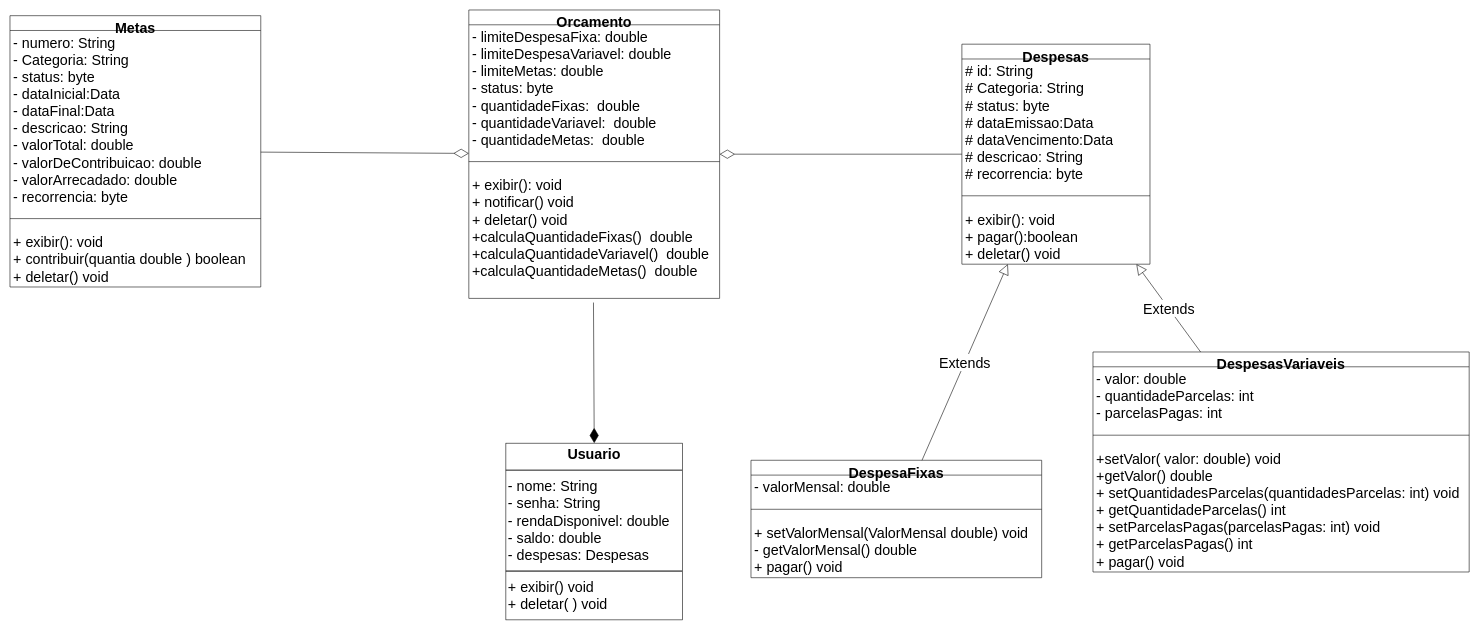
Above: Diagrama de classe Controle-Financeiro.drawio in josevictoraraujorojas/Controle-Financeiro (draw.io), before the change. Source tidied: cells renumbered, new cells numbered last; positions are measured from the earlier drawing's top-left corner, leaving out a move shared by most shapes. Both pictures are drawn from the tidied source at 57%, with x=0, y=0 at pixel (10, 10).
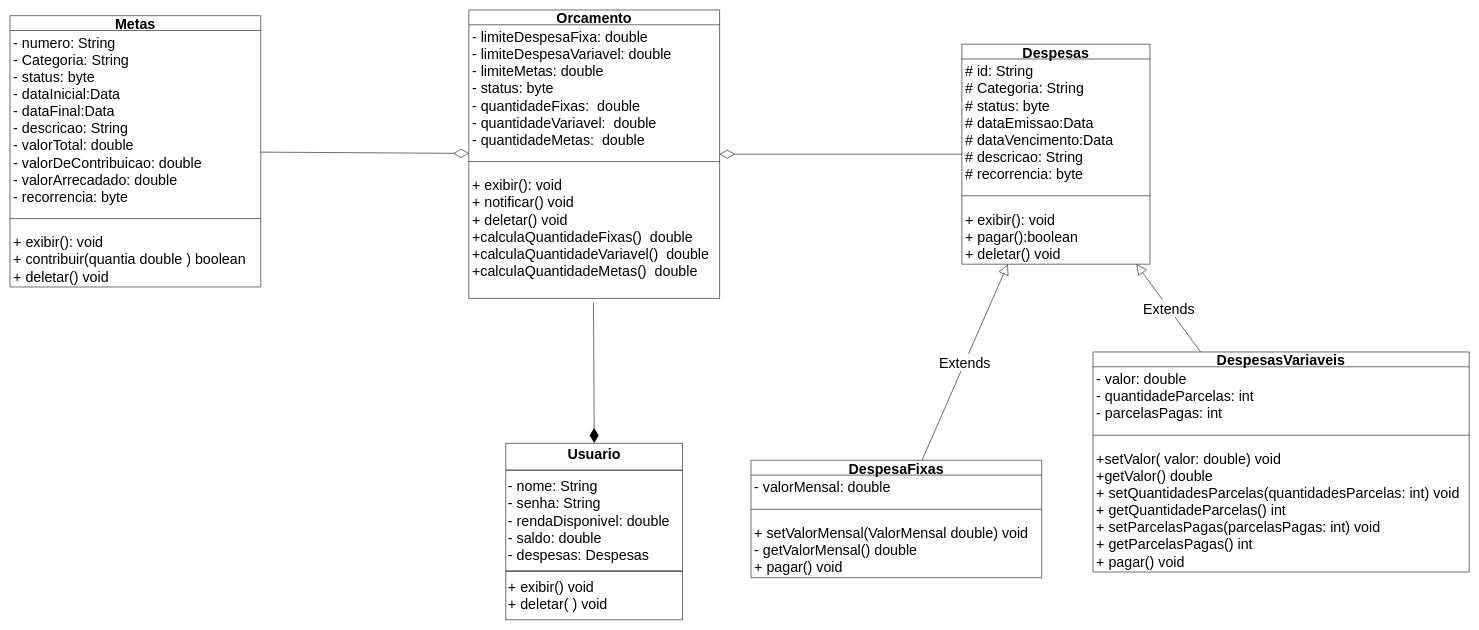
After the change.

Diff of the diagram source:
```diff
@@
-    <mxCell id="3" value="Despesas" style="swimlane;fontStyle=1;align=center;verticalAlign=top;horizontal=1;startSize=26;whiteSpace=wrap;html=1;fontSize=25;" parent="1" vertex="1">
+    <mxCell id="3" value="Despesas" style="swimlane;fontStyle=1;align=center;verticalAlign=top;horizontal=1;startSize=26;whiteSpace=wrap;html=1;fontSize=25;spacingTop=-7;" parent="1" vertex="1">
       <mxGeometry x="1670" y="60" width="330" height="386" as="geometry" />
     </mxCell>
@@
-    <mxCell id="7" value="DespesasVariaveis" style="swimlane;fontStyle=1;align=center;verticalAlign=top;horizontal=1;startSize=26;whiteSpace=wrap;html=1;fontSize=25;" parent="1" vertex="1">
+    <mxCell id="7" value="DespesasVariaveis" style="swimlane;fontStyle=1;align=center;verticalAlign=top;horizontal=1;startSize=26;whiteSpace=wrap;html=1;fontSize=25;spacingTop=-7;" parent="1" vertex="1">
       <mxGeometry x="1900" y="600" width="660" height="386" as="geometry" />
     </mxCell>
@@
-    <mxCell id="11" value="DespesaFixas" style="swimlane;fontStyle=1;align=center;verticalAlign=top;horizontal=1;startSize=26;whiteSpace=wrap;html=1;fontSize=25;" parent="1" vertex="1">
+    <mxCell id="11" value="DespesaFixas" style="swimlane;fontStyle=1;align=center;verticalAlign=top;horizontal=1;startSize=26;whiteSpace=wrap;html=1;fontSize=25;spacingTop=-7;" parent="1" vertex="1">
       <mxGeometry x="1300" y="790" width="510" height="206" as="geometry" />
     </mxCell>
@@
-    <mxCell id="15" value="Metas" style="swimlane;fontStyle=1;align=center;verticalAlign=top;horizontal=1;startSize=26;whiteSpace=wrap;html=1;fontSize=25;" parent="1" vertex="1">
+    <mxCell id="15" value="Metas" style="swimlane;fontStyle=1;align=center;verticalAlign=top;horizontal=1;startSize=26;whiteSpace=wrap;html=1;fontSize=25;spacingTop=-7;" parent="1" vertex="1">
       <mxGeometry y="10" width="440" height="476" as="geometry" />
     </mxCell>
@@
-    <mxCell id="19" value="Orcamento" style="swimlane;fontStyle=1;align=center;verticalAlign=top;horizontal=1;startSize=26;whiteSpace=wrap;html=1;fontSize=25;" parent="1" vertex="1">
+    <mxCell id="19" value="Orcamento" style="swimlane;fontStyle=1;align=center;verticalAlign=top;horizontal=1;startSize=26;whiteSpace=wrap;html=1;fontSize=25;spacingTop=-7;" parent="1" vertex="1">
       <mxGeometry x="805" width="440" height="506" as="geometry" />
     </mxCell>
```
